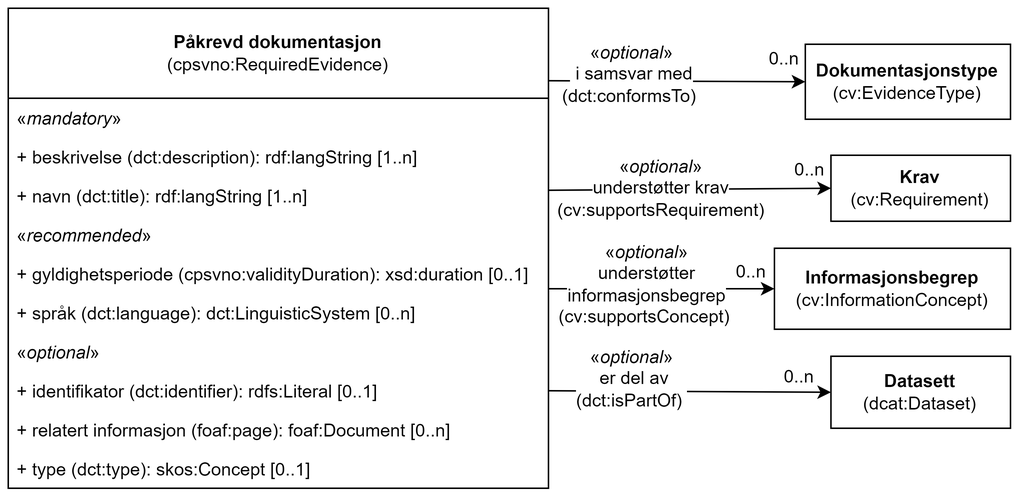
The draw.io diagram docs/images/KlassenPåkrevdDokumentasjon.png in Informasjonsforvaltning/cccev-ap-no, before a commit. Source tidied: cells renumbered, new cells last; positions are measured from the earlier drawing's top-left corner, leaving out a move shared by most shapes.
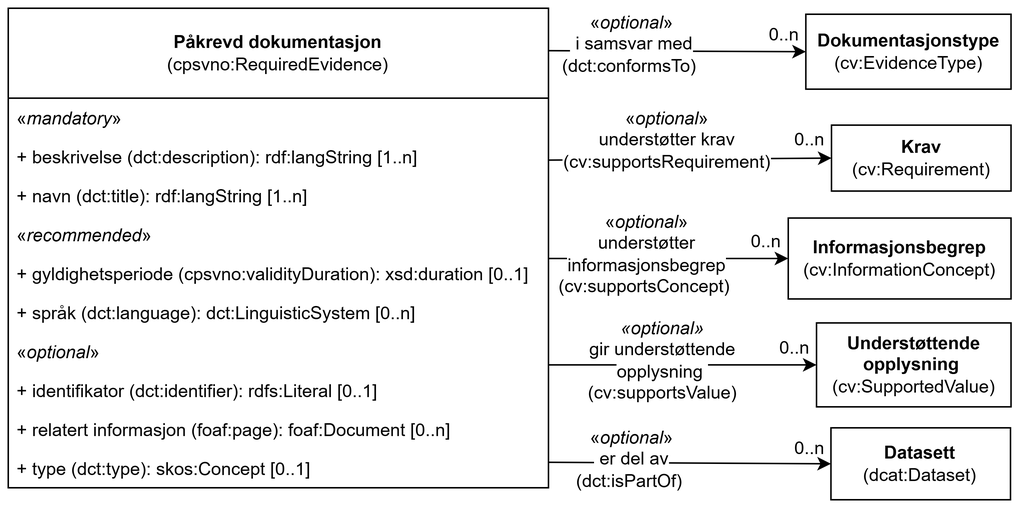
After the commit.

Change to the diagram source:
```diff
@@ -3,38 +3,40 @@
     <mxCell id="0" />
     <mxCell id="1" parent="0" />
     <mxCell id="2" value="&lt;b&gt;Krav&lt;/b&gt;&lt;br&gt;(cv:Requirement)" style="rounded=0;whiteSpace=wrap;html=1;fillColor=none;strokeColor=#000000;" parent="1" vertex="1">
-      <mxGeometry x="548.5" y="98" width="119.7" height="44" as="geometry" />
+      <mxGeometry x="548.8" y="78" width="119.7" height="44" as="geometry" />
     </mxCell>
     <mxCell id="3" style="endArrow=classic;html=1;rounded=1;exitX=1;exitY=-0.064;exitDx=0;exitDy=0;entryX=0;entryY=0.5;entryDx=0;entryDy=0;exitPerimeter=0;" parent="1" edge="1" target="2">
       <mxGeometry relative="1" as="geometry">
-        <mxPoint x="360.2" y="121.3" as="sourcePoint" />
+        <mxPoint x="360.5" y="101.3" as="sourcePoint" />
       </mxGeometry>
     </mxCell>
     <mxCell id="4" value="0..n" style="text;html=1;strokeColor=none;fillColor=none;align=center;verticalAlign=middle;whiteSpace=wrap;rounded=0;" parent="1" vertex="1">
-      <mxGeometry x="521.1" y="98" width="27.4" height="20" as="geometry" />
+      <mxGeometry x="521.5" y="78" width="27.4" height="20" as="geometry" />
     </mxCell>
     <mxCell id="5" value="&lt;span style=&quot;background-color: rgb(255, 255, 255);&quot;&gt;«&lt;i style=&quot;&quot;&gt;optional&lt;/i&gt;»&lt;br&gt;understøtter krav&lt;br&gt;(cv:supportsRequirement)&lt;/span&gt;" style="text;html=1;strokeColor=none;fillColor=none;align=center;verticalAlign=middle;whiteSpace=wrap;rounded=0;" parent="1" vertex="1">
-      <mxGeometry x="363.9" y="94" width="143.4" height="52" as="geometry" />
+      <mxGeometry x="367.8" y="62" width="143.4" height="52" as="geometry" />
     </mxCell>
     <mxCell id="6" value="&lt;b&gt;Datasett&lt;/b&gt;&lt;br&gt;(dcat:Dataset)" style="rounded=0;whiteSpace=wrap;html=1;fillColor=none;strokeColor=#000000;" parent="1" vertex="1">
-      <mxGeometry x="548.5" y="232" width="119.7" height="48" as="geometry" />
+      <mxGeometry x="548.5" y="280" width="119.7" height="48" as="geometry" />
     </mxCell>
-    <mxCell id="7" style="endArrow=classic;html=1;rounded=1;entryX=0;entryY=0.5;entryDx=0;entryDy=0;endFill=1;exitX=1;exitY=0.5;exitDx=0;exitDy=0;" parent="1" edge="1" source="20" target="6">
-      <mxGeometry relative="1" as="geometry" />
+    <mxCell id="7" style="endArrow=classic;html=1;rounded=1;entryX=0;entryY=0.5;entryDx=0;entryDy=0;endFill=1;exitX=1;exitY=0.5;exitDx=0;exitDy=0;" parent="1" edge="1" target="6">
+      <mxGeometry relative="1" as="geometry">
+        <mxPoint x="360.2" y="303" as="sourcePoint" />
+      </mxGeometry>
     </mxCell>
     <mxCell id="8" value="&lt;b&gt;Dokumentasjonstype&lt;/b&gt;&lt;br&gt;(cv:EvidenceType)" style="rounded=0;whiteSpace=wrap;html=1;fillColor=none;strokeColor=#000000;" parent="1" vertex="1">
-      <mxGeometry x="531.4" y="24" width="136.8" height="50" as="geometry" />
+      <mxGeometry x="531.7" y="4" width="136.8" height="50" as="geometry" />
     </mxCell>
     <mxCell id="9" value="0..n" style="text;html=1;strokeColor=none;fillColor=none;align=center;verticalAlign=middle;whiteSpace=wrap;rounded=0;" parent="1" vertex="1">
-      <mxGeometry x="504" y="24" width="27.4" height="20" as="geometry" />
+      <mxGeometry x="504.4" y="8" width="27.4" height="20" as="geometry" />
     </mxCell>
     <mxCell id="10" style="endArrow=classic;html=1;rounded=1;exitX=0.999;exitY=0.076;exitDx=0;exitDy=0;exitPerimeter=0;entryX=0;entryY=0.5;entryDx=0;entryDy=0;" parent="1" edge="1" target="8">
       <mxGeometry relative="1" as="geometry">
-        <mxPoint x="359.8" y="48.3" as="sourcePoint" />
+        <mxPoint x="360.1" y="28.3" as="sourcePoint" />
       </mxGeometry>
     </mxCell>
     <mxCell id="11" value="&lt;span style=&quot;background-color: rgb(255, 255, 255);&quot;&gt;«&lt;i style=&quot;&quot;&gt;optional&lt;/i&gt;»&lt;br&gt;&lt;span style=&quot;text-align: left;&quot;&gt;&amp;nbsp;i samsvar med (dct:conformsTo)&amp;nbsp;&lt;/span&gt;&lt;/span&gt;" style="text;html=1;align=center;verticalAlign=middle;whiteSpace=wrap;rounded=0;labelBackgroundColor=none;" parent="1" vertex="1">
-      <mxGeometry x="366" y="20" width="100" height="48" as="geometry" />
+      <mxGeometry x="366.4" width="100" height="48" as="geometry" />
     </mxCell>
     <mxCell id="12" value="&lt;b style=&quot;border-color: var(--border-color);&quot;&gt;Påkrevd dokumentasjon&lt;/b&gt;&lt;br style=&quot;border-color: var(--border-color);&quot;&gt;(cpsvno:RequiredEvidence)" style="swimlane;fontStyle=0;horizontal=1;startSize=60;fillColor=none;whiteSpace=wrap;html=1;" parent="1" vertex="1">
       <mxGeometry width="360.1" height="320" as="geometry" />
@@ -70,24 +72,38 @@
       <mxGeometry y="294" width="360.1" height="26" as="geometry" />
     </mxCell>
     <mxCell id="23" value="&lt;span style=&quot;background-color: rgb(255, 255, 255);&quot;&gt;«&lt;i style=&quot;&quot;&gt;optional&lt;/i&gt;»&lt;br&gt;&lt;span style=&quot;text-align: left;&quot;&gt;&amp;nbsp;er del av (dct:isPartOf)&amp;nbsp;&lt;/span&gt;&lt;/span&gt;" style="text;html=1;strokeColor=none;fillColor=none;align=center;verticalAlign=middle;whiteSpace=wrap;rounded=0;" parent="1" vertex="1">
-      <mxGeometry x="380.9" y="232" width="70.2" height="30" as="geometry" />
+      <mxGeometry x="380.9" y="286" width="70.2" height="30" as="geometry" />
     </mxCell>
     <mxCell id="24" value="0..n" style="text;html=1;strokeColor=none;fillColor=none;align=center;verticalAlign=middle;whiteSpace=wrap;rounded=0;" parent="1" vertex="1">
-      <mxGeometry x="514.3" y="236" width="27.4" height="20" as="geometry" />
+      <mxGeometry x="521.3" y="284" width="27.4" height="20" as="geometry" />
     </mxCell>
     <mxCell id="25" value="&lt;b&gt;Informasjonsbegrep&lt;br&gt;&lt;/b&gt;(cv:InformationConcept)" style="rounded=0;whiteSpace=wrap;html=1;fillColor=none;strokeColor=#000000;" parent="1" vertex="1">
-      <mxGeometry x="510.8" y="160" width="157.4" height="54" as="geometry" />
+      <mxGeometry x="520" y="140" width="148.5" height="54" as="geometry" />
     </mxCell>
     <mxCell id="26" value="0..n" style="text;html=1;strokeColor=none;fillColor=none;align=center;verticalAlign=middle;whiteSpace=wrap;rounded=0;" parent="1" vertex="1">
-      <mxGeometry x="482" y="166" width="27.4" height="20" as="geometry" />
+      <mxGeometry x="492.4" y="146" width="27.4" height="20" as="geometry" />
     </mxCell>
     <mxCell id="27" style="endArrow=classic;html=1;rounded=1;entryX=0;entryY=0.5;entryDx=0;entryDy=0;" parent="1" edge="1" target="25">
       <mxGeometry relative="1" as="geometry">
-        <mxPoint x="360" y="187" as="sourcePoint" />
+        <mxPoint x="360.4" y="167" as="sourcePoint" />
       </mxGeometry>
     </mxCell>
     <mxCell id="28" value="&lt;span style=&quot;background-color: rgb(255, 255, 255);&quot;&gt;«&lt;i style=&quot;&quot;&gt;optional&lt;/i&gt;»&lt;br&gt;&lt;span style=&quot;text-align: left;&quot;&gt;understøtter informasjonsbegrep (cv:supportsConcept)&amp;nbsp;&lt;/span&gt;&lt;/span&gt;" style="text;html=1;align=center;verticalAlign=middle;whiteSpace=wrap;rounded=0;labelBackgroundColor=none;" parent="1" vertex="1">
-      <mxGeometry x="366" y="160" width="120" height="48" as="geometry" />
+      <mxGeometry x="366.4" y="140" width="120" height="48" as="geometry" />
     </mxCell>
+    <mxCell id="29" value="&lt;div&gt;&lt;b&gt;Understøttende opplysning&amp;nbsp;&lt;/b&gt;&lt;/div&gt;&lt;div&gt;(cv:SupportedValue)&lt;/div&gt;" style="rounded=0;whiteSpace=wrap;html=1;verticalAlign=middle;fontFamily=Helvetica;fontSize=12;fillColor=none;" parent="1" vertex="1">
+      <mxGeometry x="538.9" y="210" width="129.7" height="56" as="geometry" />
+    </mxCell>
+    <mxCell id="30" style="endArrow=classic;html=1;rounded=0;entryX=0;entryY=0.5;entryDx=0;entryDy=0;exitX=1;exitY=0.5;exitDx=0;exitDy=0;" parent="1" edge="1" target="29">
+      <mxGeometry relative="1" as="geometry">
+        <mxPoint x="360.1" y="238" as="sourcePoint" />
+      </mxGeometry>
+    </mxCell>
+    <mxCell id="31" value="&lt;div&gt;&lt;span style=&quot;background-color: light-dark(#ffffff, var(--ge-dark-color, #121212));&quot;&gt;&lt;i&gt;&amp;nbsp;&lt;/i&gt;&lt;/span&gt;&lt;span style=&quot;background-color: light-dark(#ffffff, var(--ge-dark-color, #121212));&quot;&gt;&lt;i&gt;«optional»&lt;/i&gt;&amp;nbsp;&lt;/span&gt;&lt;/div&gt;&lt;div&gt;&lt;span style=&quot;background-color: light-dark(#ffffff, var(--ge-dark-color, #121212));&quot;&gt;gir understøttende&lt;/span&gt;&lt;/div&gt;&lt;div&gt;&lt;span style=&quot;background-color: light-dark(#ffffff, var(--ge-dark-color, #121212));&quot;&gt;opplysning&amp;nbsp;&lt;/span&gt;&lt;/div&gt;&lt;div&gt;&lt;span style=&quot;background-color: light-dark(#ffffff, var(--ge-dark-color, #121212));&quot;&gt;(cv:supportsValue)&lt;/span&gt;&lt;/div&gt;" style="text;html=1;whiteSpace=wrap;strokeColor=none;fillColor=none;align=center;verticalAlign=middle;rounded=0;" parent="1" vertex="1">
+      <mxGeometry x="375.5" y="220" width="120.8" height="30" as="geometry" />
+    </mxCell>
+    <mxCell id="32" value="0..n" style="text;html=1;strokeColor=none;fillColor=none;align=center;verticalAlign=middle;whiteSpace=wrap;rounded=0;" parent="1" vertex="1">
+      <mxGeometry x="511.1" y="217" width="27.4" height="20" as="geometry" />
+    </mxCell>
   </root>
 </mxGraphModel>
```
